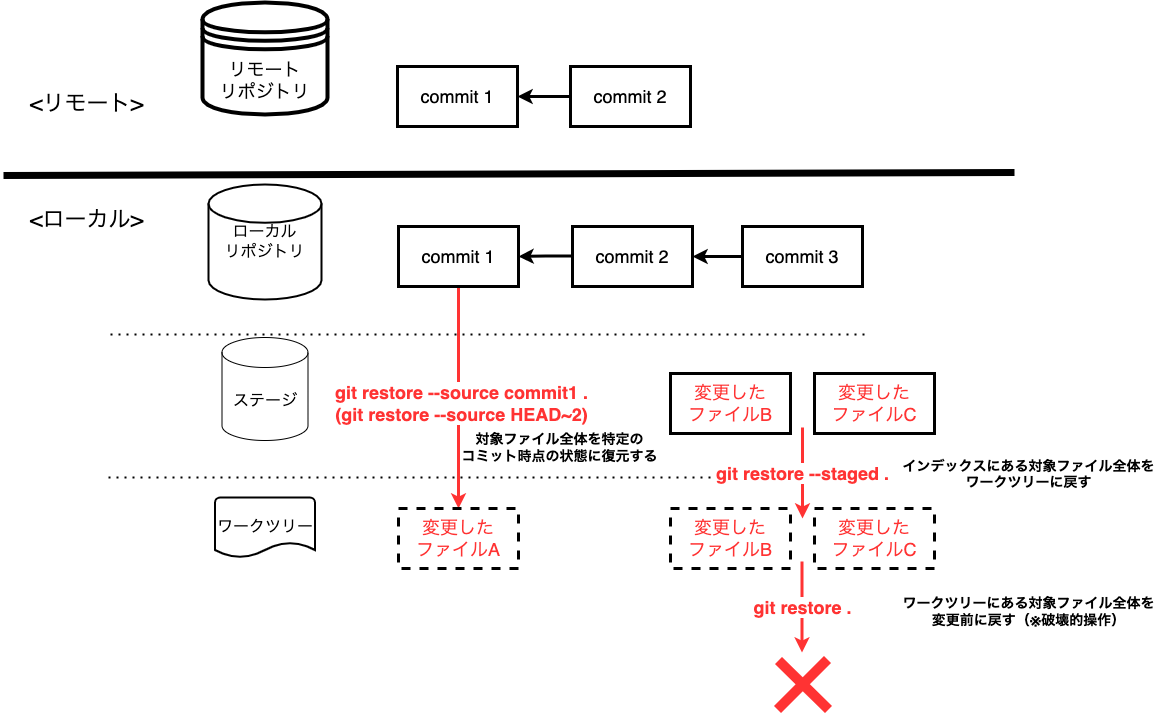
Above: assets/image/Git勉強会_コマンドイメージ図-restore.drawio.png in irongineer/learning-git-for-team (draw.io), before the change. Source tidied: cells renumbered, new cells last; positions are measured from the earlier drawing's top-left corner, leaving out a move shared by most shapes. Source of this version:
```xml
<mxGraphModel>
  <root>
    <mxCell id="0" />
    <mxCell id="1" parent="0" />
    <mxCell id="2" style="endArrow=none;dashed=1;html=1;dashPattern=1 3;strokeWidth=2;rounded=0;" parent="1" edge="1">
      <mxGeometry relative="1" as="geometry">
        <mxPoint x="107" y="332" as="sourcePoint" />
        <mxPoint x="864" y="332" as="targetPoint" />
      </mxGeometry>
    </mxCell>
    <mxCell id="3" style="endArrow=none;dashed=1;html=1;dashPattern=1 3;strokeWidth=2;rounded=0;" parent="1" edge="1">
      <mxGeometry relative="1" as="geometry">
        <mxPoint x="105" y="475" as="sourcePoint" />
        <mxPoint x="862" y="475" as="targetPoint" />
      </mxGeometry>
    </mxCell>
    <mxCell id="4" style="endArrow=none;html=1;rounded=0;strokeWidth=7;" parent="1" edge="1">
      <mxGeometry relative="1" as="geometry">
        <mxPoint y="173" as="sourcePoint" />
        <mxPoint x="1011" y="170" as="targetPoint" />
      </mxGeometry>
    </mxCell>
    <mxCell id="5" value="&lt;font style=&quot;font-size: 22px&quot;&gt;&amp;lt;ローカル&amp;gt;&lt;/font&gt;" style="text;html=1;align=center;verticalAlign=middle;strokeColor=none;fillColor=none;" parent="1" vertex="1">
      <mxGeometry x="21" y="207" width="123" height="21" as="geometry" />
    </mxCell>
    <mxCell id="6" value="&lt;font style=&quot;font-size: 22px&quot;&gt;&amp;lt;リモート&amp;gt;&lt;/font&gt;" style="text;html=1;align=center;verticalAlign=middle;strokeColor=none;fillColor=none;" parent="1" vertex="1">
      <mxGeometry x="21" y="91" width="124" height="21" as="geometry" />
    </mxCell>
    <mxCell id="7" value="ローカル&lt;br&gt;リポジトリ" style="strokeWidth=2;html=1;shape=mxgraph.flowchart.database;whiteSpace=wrap;fontSize=16;" parent="1" vertex="1">
      <mxGeometry x="205" y="182" width="113" height="115" as="geometry" />
    </mxCell>
    <mxCell id="8" value="ステージ" style="shape=cylinder3;whiteSpace=wrap;html=1;boundedLbl=1;backgroundOutline=1;size=15;fontSize=16;" parent="1" vertex="1">
      <mxGeometry x="218.5" y="335" width="86" height="103" as="geometry" />
    </mxCell>
    <mxCell id="9" value="ワークツリー" style="strokeWidth=2;html=1;shape=mxgraph.flowchart.document2;whiteSpace=wrap;size=0.25;fontSize=16;" parent="1" vertex="1">
      <mxGeometry x="211.5" y="495" width="100" height="60" as="geometry" />
    </mxCell>
    <mxCell id="10" value="リモート&lt;br style=&quot;font-size: 18px;&quot;&gt;リポジトリ" style="shape=datastore;whiteSpace=wrap;html=1;fontSize=18;strokeWidth=4;" parent="1" vertex="1">
      <mxGeometry x="199" width="125" height="112" as="geometry" />
    </mxCell>
    <mxCell id="11" value="変更した&lt;br&gt;ファイルC" style="whiteSpace=wrap;html=1;fontSize=18;fontColor=#FF3333;strokeWidth=3;dashed=1;" parent="1" vertex="1">
      <mxGeometry x="811" y="506" width="120" height="60" as="geometry" />
    </mxCell>
    <mxCell id="12" value="変更した&lt;br&gt;ファイルC" style="whiteSpace=wrap;html=1;fontSize=18;fontColor=#FF3333;strokeWidth=3;" parent="1" vertex="1">
      <mxGeometry x="811" y="371" width="120" height="60" as="geometry" />
    </mxCell>
    <mxCell id="13" value="&lt;font color=&quot;#000000&quot;&gt;commit 1&lt;/font&gt;" style="whiteSpace=wrap;html=1;fontSize=18;fontColor=#FF3333;strokeWidth=3;" parent="1" vertex="1">
      <mxGeometry x="394" y="64" width="120" height="60" as="geometry" />
    </mxCell>
    <mxCell id="14" style="edgeStyle=orthogonalEdgeStyle;rounded=0;jettySize=auto;html=1;fontSize=18;fontColor=#000000;strokeWidth=3;" parent="1" edge="1" target="13">
      <mxGeometry relative="1" as="geometry">
        <mxPoint x="569" y="94" as="sourcePoint" />
      </mxGeometry>
    </mxCell>
    <mxCell id="15" style="edgeStyle=orthogonalEdgeStyle;rounded=0;jettySize=auto;html=1;entryX=0.5;entryY=0;entryDx=0;entryDy=0;fontSize=18;fontColor=#FF3333;strokeColor=#FF3333;strokeWidth=3;" parent="1" edge="1" source="17" target="27">
      <mxGeometry relative="1" as="geometry" />
    </mxCell>
    <mxCell id="16" value="&lt;b style=&quot;font-family: &amp;#34;helvetica&amp;#34;&quot;&gt;git restore --source commit1 .&lt;br&gt;(git restore --source HEAD~2)&lt;br&gt;&lt;/b&gt;" style="edgeLabel;html=1;align=center;verticalAlign=middle;fontSize=18;fontColor=#FF3333;" parent="15" vertex="1">
      <mxGeometry x="0.04" y="2" relative="1" as="geometry" />
    </mxCell>
    <mxCell id="17" value="&lt;font color=&quot;#000000&quot;&gt;commit 1&lt;/font&gt;" style="whiteSpace=wrap;html=1;fontSize=18;fontColor=#FF3333;strokeWidth=3;" parent="1" vertex="1">
      <mxGeometry x="395" y="224" width="120" height="60" as="geometry" />
    </mxCell>
    <mxCell id="18" style="edgeStyle=orthogonalEdgeStyle;rounded=0;jettySize=auto;html=1;fontSize=18;fontColor=#FF3333;endArrow=classic;endFill=1;strokeWidth=3;" parent="1" edge="1" target="17">
      <mxGeometry relative="1" as="geometry">
        <mxPoint x="570" y="253.5" as="sourcePoint" />
      </mxGeometry>
    </mxCell>
    <mxCell id="19" value="&lt;font color=&quot;#000000&quot;&gt;commit 2&lt;/font&gt;" style="whiteSpace=wrap;html=1;fontSize=18;fontColor=#FF3333;strokeWidth=3;" parent="1" vertex="1">
      <mxGeometry x="569" y="224" width="120" height="60" as="geometry" />
    </mxCell>
    <mxCell id="20" value="&lt;font color=&quot;#000000&quot;&gt;commit 2&lt;/font&gt;" style="whiteSpace=wrap;html=1;fontSize=18;fontColor=#FF3333;strokeWidth=3;" parent="1" vertex="1">
      <mxGeometry x="567" y="64" width="120" height="60" as="geometry" />
    </mxCell>
    <mxCell id="21" value="変更した&lt;br&gt;ファイルB" style="whiteSpace=wrap;html=1;fontSize=18;fontColor=#FF3333;strokeWidth=3;dashed=1;" parent="1" vertex="1">
      <mxGeometry x="667" y="506" width="120" height="60" as="geometry" />
    </mxCell>
    <mxCell id="22" value="変更した&lt;br&gt;ファイルB" style="whiteSpace=wrap;html=1;fontSize=18;fontColor=#FF3333;strokeWidth=3;" parent="1" vertex="1">
      <mxGeometry x="667" y="371" width="120" height="60" as="geometry" />
    </mxCell>
    <mxCell id="23" style="edgeStyle=orthogonalEdgeStyle;rounded=0;jettySize=auto;html=1;fontSize=14;strokeWidth=3;" parent="1" edge="1" source="25">
      <mxGeometry relative="1" as="geometry">
        <mxPoint x="689" y="254" as="targetPoint" />
      </mxGeometry>
    </mxCell>
    <mxCell id="24" value="&lt;meta charset=&quot;utf-8&quot;&gt;&lt;b style=&quot;color: rgb(255, 51, 51); font-family: helvetica; font-size: 18px; font-style: normal; letter-spacing: normal; text-align: center; text-indent: 0px; text-transform: none; word-spacing: 0px; background-color: rgb(255, 255, 255);&quot;&gt;git restore --staged .&lt;/b&gt;" style="edgeStyle=orthogonalEdgeStyle;rounded=0;orthogonalLoop=1;jettySize=auto;html=1;exitX=0.5;exitY=1;exitDx=0;exitDy=0;fontSize=18;fontColor=#FF3333;strokeColor=#FF3333;strokeWidth=3;" parent="1" edge="1">
      <mxGeometry relative="1" as="geometry">
        <mxPoint x="799" y="425" as="sourcePoint" />
        <mxPoint x="799" y="516" as="targetPoint" />
      </mxGeometry>
    </mxCell>
    <mxCell id="25" value="&lt;font color=&quot;#000000&quot;&gt;commit 3&lt;/font&gt;" style="whiteSpace=wrap;html=1;fontSize=18;fontColor=#FF3333;strokeWidth=3;" parent="1" vertex="1">
      <mxGeometry x="739" y="224" width="120" height="60" as="geometry" />
    </mxCell>
    <mxCell id="26" value="&lt;b style=&quot;font-family: &amp;#34;helvetica&amp;#34;&quot;&gt;git restore .&lt;/b&gt;&lt;b style=&quot;color: rgb(255 , 51 , 51) ; font-family: &amp;#34;helvetica&amp;#34; ; font-size: 18px ; font-style: normal ; letter-spacing: normal ; text-align: center ; text-indent: 0px ; text-transform: none ; word-spacing: 0px ; background-color: rgb(255 , 255 , 255)&quot;&gt;&lt;br&gt;&lt;/b&gt;" style="edgeStyle=orthogonalEdgeStyle;rounded=0;orthogonalLoop=1;jettySize=auto;html=1;exitX=0.5;exitY=1;exitDx=0;exitDy=0;fontSize=18;fontColor=#FF3333;strokeColor=#FF3333;strokeWidth=3;" parent="1" edge="1">
      <mxGeometry relative="1" as="geometry">
        <mxPoint x="798.5" y="559" as="sourcePoint" />
        <mxPoint x="798.5" y="650" as="targetPoint" />
      </mxGeometry>
    </mxCell>
    <mxCell id="27" value="変更した&lt;br&gt;ファイルA" style="whiteSpace=wrap;html=1;fontSize=18;fontColor=#FF3333;strokeWidth=3;dashed=1;" parent="1" vertex="1">
      <mxGeometry x="395" y="506" width="120" height="60" as="geometry" />
    </mxCell>
    <mxCell id="28" value="&lt;div&gt;&lt;span style=&quot;font-size: 14px&quot;&gt;&lt;b&gt;インデックスにある対象ファイル全体&lt;/b&gt;&lt;/span&gt;&lt;b style=&quot;font-size: 14px&quot;&gt;を&lt;/b&gt;&lt;/div&gt;&lt;div&gt;&lt;b style=&quot;font-size: 14px&quot;&gt;ワークツリーに戻す&lt;/b&gt;&lt;/div&gt;&lt;div style=&quot;font-weight: bold&quot;&gt;&lt;br&gt;&lt;/div&gt;" style="text;html=1;align=center;verticalAlign=middle;strokeColor=none;fillColor=none;" parent="1" vertex="1">
      <mxGeometry x="894" y="455" width="261" height="48" as="geometry" />
    </mxCell>
    <mxCell id="29" value="&lt;div&gt;&lt;span style=&quot;font-size: 14px&quot;&gt;&lt;b&gt;ワークツリーにある対象ファイル全体&lt;/b&gt;&lt;/span&gt;&lt;b style=&quot;font-size: 14px&quot;&gt;を&lt;/b&gt;&lt;/div&gt;&lt;div&gt;&lt;span style=&quot;font-size: 14px&quot;&gt;&lt;b&gt;変更前に戻す（※破壊的操作）&lt;/b&gt;&lt;/span&gt;&lt;/div&gt;" style="text;html=1;align=center;verticalAlign=middle;strokeColor=none;fillColor=none;" parent="1" vertex="1">
      <mxGeometry x="894" y="592" width="261" height="34" as="geometry" />
    </mxCell>
    <mxCell id="30" value="&lt;span style=&quot;font-size: 14px&quot;&gt;&lt;b&gt;対象ファイル全体を特定の&lt;br&gt;コミット時点の状態に復元する&lt;/b&gt;&lt;/span&gt;" style="text;html=1;align=center;verticalAlign=middle;strokeColor=none;fillColor=none;" parent="1" vertex="1">
      <mxGeometry x="453" y="428" width="206" height="34" as="geometry" />
    </mxCell>
    <mxCell id="31" style="endArrow=none;html=1;rounded=0;fontSize=18;fontColor=#000000;strokeColor=#FF3333;strokeWidth=10;" parent="1" edge="1">
      <mxGeometry relative="1" as="geometry">
        <mxPoint x="774" y="707" as="sourcePoint" />
        <mxPoint x="824" y="657" as="targetPoint" />
      </mxGeometry>
    </mxCell>
    <mxCell id="32" style="endArrow=none;html=1;rounded=0;fontSize=18;fontColor=#000000;strokeColor=#FF3333;strokeWidth=10;" parent="1" edge="1">
      <mxGeometry relative="1" as="geometry">
        <mxPoint x="825" y="707" as="sourcePoint" />
        <mxPoint x="775" y="658" as="targetPoint" />
      </mxGeometry>
    </mxCell>
  </root>
</mxGraphModel>
```
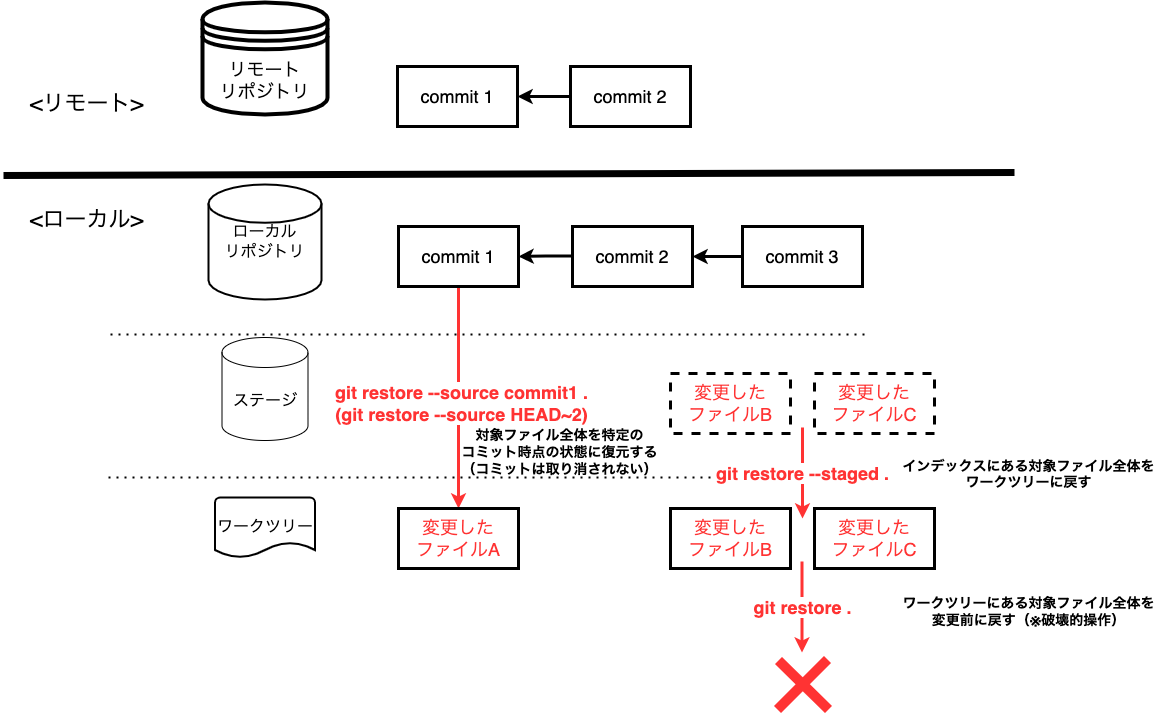
After the change.

Change to the diagram source:
```diff
@@ -38,10 +38,10 @@
     <mxCell id="10" value="リモート&lt;br style=&quot;font-size: 18px;&quot;&gt;リポジトリ" style="shape=datastore;whiteSpace=wrap;html=1;fontSize=18;strokeWidth=4;" parent="1" vertex="1">
       <mxGeometry x="199" width="125" height="112" as="geometry" />
     </mxCell>
-    <mxCell id="11" value="変更した&lt;br&gt;ファイルC" style="whiteSpace=wrap;html=1;fontSize=18;fontColor=#FF3333;strokeWidth=3;dashed=1;" parent="1" vertex="1">
+    <mxCell id="11" value="変更した&lt;br&gt;ファイルC" style="whiteSpace=wrap;html=1;fontSize=18;fontColor=#FF3333;strokeWidth=3;" parent="1" vertex="1">
       <mxGeometry x="811" y="506" width="120" height="60" as="geometry" />
     </mxCell>
-    <mxCell id="12" value="変更した&lt;br&gt;ファイルC" style="whiteSpace=wrap;html=1;fontSize=18;fontColor=#FF3333;strokeWidth=3;" parent="1" vertex="1">
+    <mxCell id="12" value="変更した&lt;br&gt;ファイルC" style="whiteSpace=wrap;html=1;fontSize=18;fontColor=#FF3333;strokeWidth=3;dashed=1;" parent="1" vertex="1">
       <mxGeometry x="811" y="371" width="120" height="60" as="geometry" />
     </mxCell>
     <mxCell id="13" value="&lt;font color=&quot;#000000&quot;&gt;commit 1&lt;/font&gt;" style="whiteSpace=wrap;html=1;fontSize=18;fontColor=#FF3333;strokeWidth=3;" parent="1" vertex="1">
@@ -72,10 +72,10 @@
     <mxCell id="20" value="&lt;font color=&quot;#000000&quot;&gt;commit 2&lt;/font&gt;" style="whiteSpace=wrap;html=1;fontSize=18;fontColor=#FF3333;strokeWidth=3;" parent="1" vertex="1">
       <mxGeometry x="567" y="64" width="120" height="60" as="geometry" />
     </mxCell>
-    <mxCell id="21" value="変更した&lt;br&gt;ファイルB" style="whiteSpace=wrap;html=1;fontSize=18;fontColor=#FF3333;strokeWidth=3;dashed=1;" parent="1" vertex="1">
+    <mxCell id="21" value="変更した&lt;br&gt;ファイルB" style="whiteSpace=wrap;html=1;fontSize=18;fontColor=#FF3333;strokeWidth=3;" parent="1" vertex="1">
       <mxGeometry x="667" y="506" width="120" height="60" as="geometry" />
     </mxCell>
-    <mxCell id="22" value="変更した&lt;br&gt;ファイルB" style="whiteSpace=wrap;html=1;fontSize=18;fontColor=#FF3333;strokeWidth=3;" parent="1" vertex="1">
+    <mxCell id="22" value="変更した&lt;br&gt;ファイルB" style="whiteSpace=wrap;html=1;fontSize=18;fontColor=#FF3333;strokeWidth=3;dashed=1;" parent="1" vertex="1">
       <mxGeometry x="667" y="371" width="120" height="60" as="geometry" />
     </mxCell>
     <mxCell id="23" style="edgeStyle=orthogonalEdgeStyle;rounded=0;jettySize=auto;html=1;fontSize=14;strokeWidth=3;" parent="1" edge="1" source="25">
@@ -98,7 +98,7 @@
         <mxPoint x="798.5" y="650" as="targetPoint" />
       </mxGeometry>
     </mxCell>
-    <mxCell id="27" value="変更した&lt;br&gt;ファイルA" style="whiteSpace=wrap;html=1;fontSize=18;fontColor=#FF3333;strokeWidth=3;dashed=1;" parent="1" vertex="1">
+    <mxCell id="27" value="変更した&lt;br&gt;ファイルA" style="whiteSpace=wrap;html=1;fontSize=18;fontColor=#FF3333;strokeWidth=3;" parent="1" vertex="1">
       <mxGeometry x="395" y="506" width="120" height="60" as="geometry" />
     </mxCell>
     <mxCell id="28" value="&lt;div&gt;&lt;span style=&quot;font-size: 14px&quot;&gt;&lt;b&gt;インデックスにある対象ファイル全体&lt;/b&gt;&lt;/span&gt;&lt;b style=&quot;font-size: 14px&quot;&gt;を&lt;/b&gt;&lt;/div&gt;&lt;div&gt;&lt;b style=&quot;font-size: 14px&quot;&gt;ワークツリーに戻す&lt;/b&gt;&lt;/div&gt;&lt;div style=&quot;font-weight: bold&quot;&gt;&lt;br&gt;&lt;/div&gt;" style="text;html=1;align=center;verticalAlign=middle;strokeColor=none;fillColor=none;" parent="1" vertex="1">
@@ -107,8 +107,8 @@
     <mxCell id="29" value="&lt;div&gt;&lt;span style=&quot;font-size: 14px&quot;&gt;&lt;b&gt;ワークツリーにある対象ファイル全体&lt;/b&gt;&lt;/span&gt;&lt;b style=&quot;font-size: 14px&quot;&gt;を&lt;/b&gt;&lt;/div&gt;&lt;div&gt;&lt;span style=&quot;font-size: 14px&quot;&gt;&lt;b&gt;変更前に戻す（※破壊的操作）&lt;/b&gt;&lt;/span&gt;&lt;/div&gt;" style="text;html=1;align=center;verticalAlign=middle;strokeColor=none;fillColor=none;" parent="1" vertex="1">
       <mxGeometry x="894" y="592" width="261" height="34" as="geometry" />
     </mxCell>
-    <mxCell id="30" value="&lt;span style=&quot;font-size: 14px&quot;&gt;&lt;b&gt;対象ファイル全体を特定の&lt;br&gt;コミット時点の状態に復元する&lt;/b&gt;&lt;/span&gt;" style="text;html=1;align=center;verticalAlign=middle;strokeColor=none;fillColor=none;" parent="1" vertex="1">
-      <mxGeometry x="453" y="428" width="206" height="34" as="geometry" />
+    <mxCell id="30" value="&lt;span style=&quot;font-size: 14px&quot;&gt;&lt;b&gt;対象ファイル全体を特定の&lt;br&gt;コミット時点の状態に復元する&lt;br&gt;（コミットは取り消されない）&lt;br&gt;&lt;/b&gt;&lt;/span&gt;" style="text;html=1;align=center;verticalAlign=middle;strokeColor=none;fillColor=none;" parent="1" vertex="1">
+      <mxGeometry x="453" y="425" width="206" height="49" as="geometry" />
     </mxCell>
     <mxCell id="31" style="endArrow=none;html=1;rounded=0;fontSize=18;fontColor=#000000;strokeColor=#FF3333;strokeWidth=10;" parent="1" edge="1">
       <mxGeometry relative="1" as="geometry">
```
